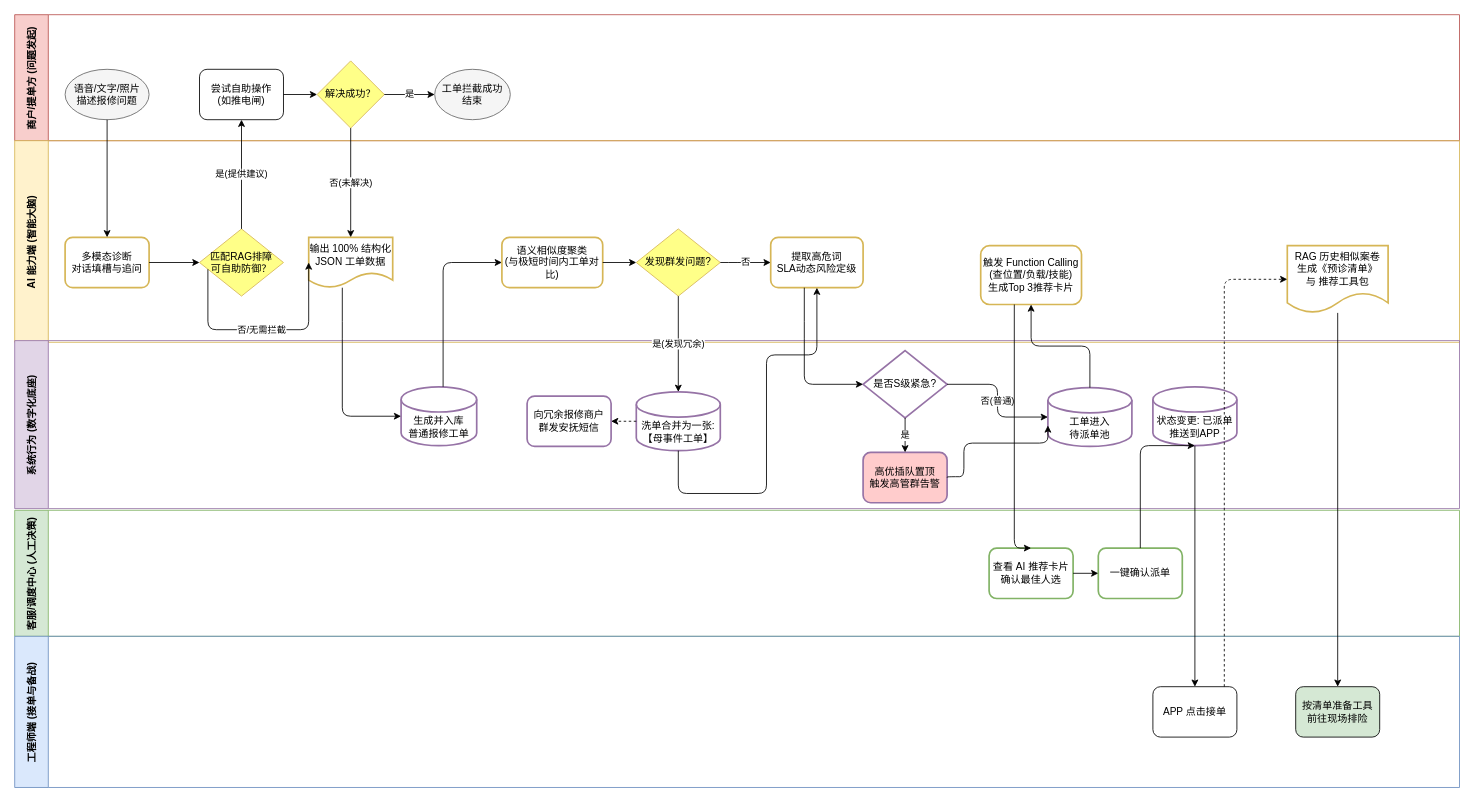
The draw.io diagram 提单-分级分类环节.drawio in raspberry5442/ticket-system-diagram-documentation, before the edit. Source tidied: cells renumbered, new cells numbered last; positions are measured from the earlier drawing's top-left corner, leaving out a move shared by most shapes. Both pictures are drawn from the tidied source at 84%, with x=0, y=0 at pixel (14, 14).
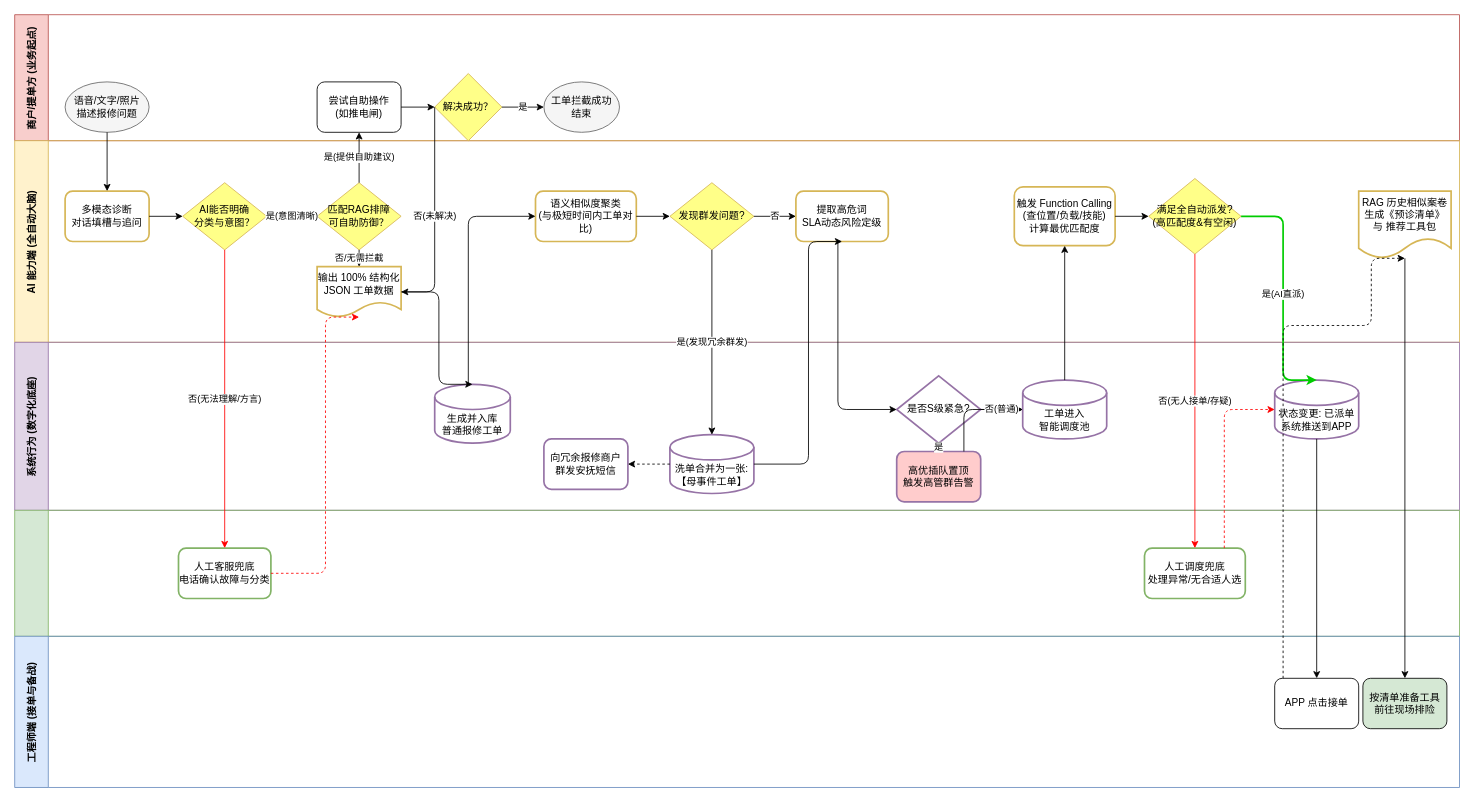
The same page after the edit.

Commit message (it also covers changes not shown here):
更新提单-分级分类环节.drawio

Unchanged cells that the change refers to:
```xml
<mxCell id="38" value="工程师端 (接单与备战)" style="swimlane;horizontal=0;startSize=40;fillColor=#dae8fc;strokeColor=#6c8ebf;fontStyle=1;" parent="1" vertex="1">
  <mxGeometry y="740" width="1720" height="180" as="geometry" />
</mxCell>
```

The edit, as a diff of the source:
```diff
@@
-    <mxCell id="2" value="商户/提单方 (问题发起)" style="swimlane;horizontal=0;startSize=40;fillColor=#f8cecc;strokeColor=#b85450;fontStyle=1;" parent="1" vertex="1">
+    <mxCell id="2" value="商户/提单方 (业务起点)" style="swimlane;horizontal=0;startSize=40;fillColor=#f8cecc;strokeColor=#b85450;fontStyle=1;" parent="1" vertex="1">
       <mxGeometry width="1720" height="150" as="geometry" />
     </mxCell>
     <mxCell id="3" value="语音/文字/照片&#10;描述报修问题" style="ellipse;whiteSpace=wrap;html=1;fillColor=#f5f5f5;strokeColor=#666666;" parent="2" vertex="1">
-      <mxGeometry x="60" y="65" width="100" height="60" as="geometry" />
+      <mxGeometry x="60" y="80" width="100" height="60" as="geometry" />
     </mxCell>
     <mxCell id="4" value="尝试自助操作&#10;(如推电闸)" style="rounded=1;whiteSpace=wrap;html=1;fillColor=#ffffff;" parent="2" vertex="1">
-      <mxGeometry x="220" y="65" width="100" height="60" as="geometry" />
+      <mxGeometry x="360" y="80" width="100" height="60" as="geometry" />
     </mxCell>
     <mxCell id="5" value="解决成功？" style="rhombus;whiteSpace=wrap;html=1;fillColor=#ffff88;strokeColor=#d6b656;" parent="2" vertex="1">
-      <mxGeometry x="360" y="55" width="80" height="80" as="geometry" />
+      <mxGeometry x="500" y="70" width="80" height="80" as="geometry" />
     </mxCell>
     <mxCell id="6" value="工单拦截成功&#10;结束" style="ellipse;whiteSpace=wrap;html=1;fillColor=#f5f5f5;strokeColor=#666666;" parent="2" vertex="1">
-      <mxGeometry x="500" y="65" width="90" height="60" as="geometry" />
+      <mxGeometry x="630" y="80" width="90" height="60" as="geometry" />
     </mxCell>
-    <mxCell id="7" style="edgeStyle=orthogonalEdgeStyle;rounded=1;html=1;entryX=0;entryY=0.5;" parent="2" edge="1" source="4" target="5">
-      <mxGeometry relative="1" as="geometry" />
-    </mxCell>
-    <mxCell id="8" value="是" style="edgeStyle=orthogonalEdgeStyle;rounded=1;html=1;entryX=0;entryY=0.5;" parent="2" edge="1" source="5" target="6">
-      <mxGeometry relative="1" as="geometry" />
-    </mxCell>
-    <mxCell id="9" value="AI 能力端 (智能大脑)" style="swimlane;horizontal=0;startSize=40;fillColor=#fff2cc;strokeColor=#d6b656;fontStyle=1;" parent="1" vertex="1">
+    <mxCell id="9" value="AI 能力端 (全自动大脑)" style="swimlane;horizontal=0;startSize=40;fillColor=#fff2cc;strokeColor=#d6b656;fontStyle=1;" parent="1" vertex="1">
       <mxGeometry y="150" width="1720" height="240" as="geometry" />
     </mxCell>
     <mxCell id="10" value="多模态诊断&#10;对话填槽与追问" style="rounded=1;whiteSpace=wrap;html=1;fillColor=#ffffff;strokeColor=#d6b656;strokeWidth=2;" parent="9" vertex="1">
-      <mxGeometry x="60" y="115" width="100" height="60" as="geometry" />
+      <mxGeometry x="60" y="60" width="100" height="60" as="geometry" />
     </mxCell>
+    <mxCell id="55" value="AI能否明确&#10;分类与意图？" style="rhombus;whiteSpace=wrap;html=1;fillColor=#ffff88;strokeColor=#d6b656;" parent="9" vertex="1">
+      <mxGeometry x="200" y="50" width="100" height="80" as="geometry" />
+    </mxCell>
     <mxCell id="11" value="匹配RAG排障&#10;可自助防御？" style="rhombus;whiteSpace=wrap;html=1;fillColor=#ffff88;strokeColor=#d6b656;" parent="9" vertex="1">
-      <mxGeometry x="220" y="105" width="100" height="80" as="geometry" />
+      <mxGeometry x="360" y="50" width="100" height="80" as="geometry" />
     </mxCell>
     <mxCell id="12" value="输出 100% 结构化&#10;JSON 工单数据" style="shape=document;whiteSpace=wrap;html=1;boundedLbl=1;fillColor=#ffffff;strokeColor=#d6b656;strokeWidth=2;" parent="9" vertex="1">
-      <mxGeometry x="350" y="115" width="100" height="60" as="geometry" />
+      <mxGeometry x="360" y="150" width="100" height="60" as="geometry" />
     </mxCell>
     <mxCell id="13" value="语义相似度聚类&#10;(与极短时间内工单对比)" style="rounded=1;whiteSpace=wrap;html=1;fillColor=#ffffff;strokeColor=#d6b656;strokeWidth=2;" parent="9" vertex="1">
-      <mxGeometry x="580" y="115" width="120" height="60" as="geometry" />
+      <mxGeometry x="620" y="60" width="120" height="60" as="geometry" />
     </mxCell>
     <mxCell id="14" value="发现群发问题?" style="rhombus;whiteSpace=wrap;html=1;fillColor=#ffff88;strokeColor=#d6b656;" parent="9" vertex="1">
-      <mxGeometry x="740" y="105" width="100" height="80" as="geometry" />
+      <mxGeometry x="780" y="50" width="100" height="80" as="geometry" />
     </mxCell>
     <mxCell id="15" value="提取高危词&#10;SLA动态风险定级" style="rounded=1;whiteSpace=wrap;html=1;fillColor=#ffffff;strokeColor=#d6b656;strokeWidth=2;" parent="9" vertex="1">
-      <mxGeometry x="900" y="115" width="110" height="60" as="geometry" />
+      <mxGeometry x="930" y="60" width="110" height="60" as="geometry" />
     </mxCell>
-    <mxCell id="16" value="触发 Function Calling&#10;(查位置/负载/技能)&#10;生成Top 3推荐卡片" style="rounded=1;whiteSpace=wrap;html=1;fillColor=#ffffff;strokeColor=#d6b656;strokeWidth=2;" parent="9" vertex="1">
-      <mxGeometry x="1150" y="125" width="120" height="70" as="geometry" />
+    <mxCell id="16" value="触发 Function Calling&#10;(查位置/负载/技能)&#10;计算最优匹配度" style="rounded=1;whiteSpace=wrap;html=1;fillColor=#ffffff;strokeColor=#d6b656;strokeWidth=2;" parent="9" vertex="1">
+      <mxGeometry x="1190" y="55" width="120" height="70" as="geometry" />
     </mxCell>
+    <mxCell id="56" value="满足全自动派发?&#10;(高匹配度&amp;有空闲)" style="rhombus;whiteSpace=wrap;html=1;fillColor=#ffff88;strokeColor=#d6b656;" parent="9" vertex="1">
+      <mxGeometry x="1350" y="45" width="110" height="90" as="geometry" />
+    </mxCell>
     <mxCell id="17" value="RAG 历史相似案卷&#10;生成《预诊清单》&#10;与 推荐工具包" style="shape=document;whiteSpace=wrap;html=1;boundedLbl=1;fillColor=#ffffff;strokeColor=#d6b656;strokeWidth=2;" parent="9" vertex="1">
-      <mxGeometry x="1515" y="125" width="120" height="80" as="geometry" />
+      <mxGeometry x="1600" y="60" width="110" height="80" as="geometry" />
     </mxCell>
-    <mxCell id="18" style="edgeStyle=orthogonalEdgeStyle;rounded=1;html=1;entryX=0;entryY=0.5;" parent="9" edge="1" source="10" target="11">
+    <mxCell id="18" style="edgeStyle=orthogonalEdgeStyle;rounded=1;html=1;entryX=0;entryY=0.5;" parent="9" edge="1" source="10" target="55">
       <mxGeometry relative="1" as="geometry" />
     </mxCell>
-    <mxCell id="19" value="否/无需拦截" style="edgeStyle=orthogonalEdgeStyle;rounded=1;html=1;entryX=0;entryY=0.5;" parent="9" edge="1" source="11" target="12">
-      <mxGeometry relative="1" as="geometry">
-        <Array as="points">
-          <mxPoint x="230" y="225" />
-        </Array>
-      </mxGeometry>
-    </mxCell>
-    <mxCell id="20" style="edgeStyle=orthogonalEdgeStyle;rounded=1;html=1;entryX=0;entryY=0.5;" parent="9" edge="1" source="13" target="14">
-      <mxGeometry relative="1" as="geometry" />
-    </mxCell>
-    <mxCell id="21" value="否" style="edgeStyle=orthogonalEdgeStyle;rounded=1;html=1;entryX=0;entryY=0.5;" parent="9" edge="1" source="14" target="15">
-      <mxGeometry relative="1" as="geometry">
-        <Array as="points">
-          <mxPoint x="860" y="145" />
-          <mxPoint x="860" y="145" />
-        </Array>
-      </mxGeometry>
-    </mxCell>
+    <mxCell id="50" style="edgeStyle=orthogonalEdgeStyle;rounded=1;html=1;entryX=0;entryY=0.5;" parent="9" edge="1" source="16" target="56">
+      <mxGeometry relative="1" as="geometry" />
+    </mxCell>
+    <mxCell id="57" value="是(意图清晰)" style="edgeStyle=orthogonalEdgeStyle;rounded=1;html=1;entryX=0;entryY=0.5;" parent="9" edge="1" source="55" target="11">
+      <mxGeometry relative="1" as="geometry" />
+    </mxCell>
     <mxCell id="22" value="系统行为 (数字化底座)" style="swimlane;horizontal=0;startSize=40;fillColor=#e1d5e7;strokeColor=#9673a6;fontStyle=1;" parent="1" vertex="1">
-      <mxGeometry y="388" width="1720" height="200" as="geometry" />
+      <mxGeometry y="390" width="1720" height="200" as="geometry" />
     </mxCell>
     <mxCell id="23" value="生成并入库&#10;普通报修工单" style="shape=cylinder3;whiteSpace=wrap;html=1;boundedLbl=1;backgroundOutline=1;size=15;fillColor=#ffffff;strokeColor=#9673a6;strokeWidth=2;" parent="22" vertex="1">
-      <mxGeometry x="460" y="55" width="90" height="70" as="geometry" />
+      <mxGeometry x="500" y="50" width="90" height="70" as="geometry" />
     </mxCell>
     <mxCell id="24" value="洗单合并为一张:&#10;【母事件工单】" style="shape=cylinder3;whiteSpace=wrap;html=1;boundedLbl=1;backgroundOutline=1;size=15;fillColor=#ffffff;strokeColor=#9673a6;strokeWidth=2;" parent="22" vertex="1">
-      <mxGeometry x="740" y="61" width="100" height="70" as="geometry" />
+      <mxGeometry x="780" y="110" width="100" height="70" as="geometry" />
     </mxCell>
     <mxCell id="25" value="向冗余报修商户&#10;群发安抚短信" style="rounded=1;whiteSpace=wrap;html=1;fillColor=#ffffff;strokeColor=#9673a6;strokeWidth=2;" parent="22" vertex="1">
-      <mxGeometry x="610" y="66" width="100" height="60" as="geometry" />
+      <mxGeometry x="630" y="115" width="100" height="60" as="geometry" />
     </mxCell>
     <mxCell id="26" value="是否S级紧急?" style="rhombus;whiteSpace=wrap;html=1;fillColor=#ffffff;strokeColor=#9673a6;strokeWidth=2;" parent="22" vertex="1">
-      <mxGeometry x="1010" y="12" width="100" height="80" as="geometry" />
+      <mxGeometry x="1050" y="40" width="100" height="80" as="geometry" />
     </mxCell>
     <mxCell id="27" value="高优插队置顶&#10;触发高管群告警" style="rounded=1;whiteSpace=wrap;html=1;fillColor=#ffcccc;strokeColor=#9673a6;strokeWidth=2;" parent="22" vertex="1">
-      <mxGeometry x="1010" y="133" width="100" height="60" as="geometry" />
+      <mxGeometry x="1050" y="130" width="100" height="60" as="geometry" />
     </mxCell>
-    <mxCell id="28" value="工单进入&#10;待派单池" style="shape=cylinder3;whiteSpace=wrap;html=1;boundedLbl=1;backgroundOutline=1;size=15;fillColor=#ffffff;strokeColor=#9673a6;strokeWidth=2;" parent="22" vertex="1">
-      <mxGeometry x="1230" y="56" width="100" height="70" as="geometry" />
+    <mxCell id="28" value="工单进入&#10;智能调度池" style="shape=cylinder3;whiteSpace=wrap;html=1;boundedLbl=1;backgroundOutline=1;size=15;fillColor=#ffffff;strokeColor=#9673a6;strokeWidth=2;" parent="22" vertex="1">
+      <mxGeometry x="1200" y="45" width="100" height="70" as="geometry" />
     </mxCell>
-    <mxCell id="29" value="状态变更: 已派单&#10;推送到APP" style="shape=cylinder3;whiteSpace=wrap;html=1;boundedLbl=1;backgroundOutline=1;size=15;fillColor=#ffffff;strokeColor=#9673a6;strokeWidth=2;" parent="22" vertex="1">
-      <mxGeometry x="1355" y="55" width="100" height="70" as="geometry" />
+    <mxCell id="29" value="状态变更: 已派单&#10;系统推送到APP" style="shape=cylinder3;whiteSpace=wrap;html=1;boundedLbl=1;backgroundOutline=1;size=15;fillColor=#ffffff;strokeColor=#9673a6;strokeWidth=2;" parent="22" vertex="1">
+      <mxGeometry x="1500" y="45" width="100" height="70" as="geometry" />
     </mxCell>
-    <mxCell id="30" style="edgeStyle=orthogonalEdgeStyle;rounded=1;html=1;entryX=1;entryY=0.5;dashed=1;" parent="22" edge="1" source="24" target="25">
-      <mxGeometry relative="1" as="geometry" />
-    </mxCell>
-    <mxCell id="31" value="是" style="edgeStyle=orthogonalEdgeStyle;rounded=1;html=1;entryX=0.5;entryY=0;" parent="22" edge="1" source="26" target="27">
-      <mxGeometry relative="1" as="geometry" />
-    </mxCell>
-    <mxCell id="32" style="edgeStyle=orthogonalEdgeStyle;rounded=1;html=1;entryX=0;entryY=0;exitX=1;exitY=0.5;exitDx=0;exitDy=0;entryDx=0;entryDy=45;entryPerimeter=0;" parent="22" edge="1" source="27" target="28">
-      <mxGeometry relative="1" as="geometry">
-        <Array as="points">
-          <mxPoint x="1110" y="162" />
-          <mxPoint x="1130" y="162" />
-          <mxPoint x="1130" y="122" />
-          <mxPoint x="1230" y="122" />
-        </Array>
-      </mxGeometry>
-    </mxCell>
-    <mxCell id="33" value="否(普通)" style="edgeStyle=orthogonalEdgeStyle;rounded=1;html=1;entryX=0;entryY=0.5;" parent="22" edge="1" source="26" target="28">
-      <mxGeometry relative="1" as="geometry" />
-    </mxCell>
-    <mxCell id="34" value="客服/调度中心 (人工决策)" style="swimlane;horizontal=0;startSize=40;fillColor=#d5e8d4;strokeColor=#82b366;fontStyle=1;" parent="1" vertex="1">
+    <mxCell id="34" value="  " style="swimlane;horizontal=0;startSize=40;fillColor=#d5e8d4;strokeColor=#82b366;fontStyle=1;" parent="1" vertex="1">
       <mxGeometry y="590" width="1720" height="150" as="geometry" />
     </mxCell>
-    <mxCell id="35" value="查看 AI 推荐卡片&#10;确认最佳人选" style="rounded=1;whiteSpace=wrap;html=1;fillColor=#ffffff;strokeColor=#82b366;strokeWidth=2;" parent="34" vertex="1">
-      <mxGeometry x="1160" y="45" width="100" height="60" as="geometry" />
-    </mxCell>
+    <mxCell id="58" value="人工客服兜底&#10;电话确认故障与分类" style="rounded=1;whiteSpace=wrap;html=1;fillColor=#ffffff;strokeColor=#82b366;strokeWidth=2;" parent="34" vertex="1">
+      <mxGeometry x="195" y="45" width="110" height="60" as="geometry" />
+    </mxCell>
-    <mxCell id="36" value="一键确认派单" style="rounded=1;whiteSpace=wrap;html=1;fillColor=#ffffff;strokeColor=#82b366;strokeWidth=2;" parent="34" vertex="1">
-      <mxGeometry x="1290" y="45" width="100" height="60" as="geometry" />
+    <mxCell id="36" value="人工调度兜底&#10;处理异常/无合适人选" style="rounded=1;whiteSpace=wrap;html=1;fillColor=#ffffff;strokeColor=#82b366;strokeWidth=2;" parent="34" vertex="1">
+      <mxGeometry x="1345" y="45" width="120" height="60" as="geometry" />
     </mxCell>
-    <mxCell id="37" style="edgeStyle=orthogonalEdgeStyle;rounded=1;html=1;entryX=0;entryY=0.5;" parent="34" edge="1" source="35" target="36">
-      <mxGeometry relative="1" as="geometry" />
-    </mxCell>
@@
     <mxCell id="39" value="APP 点击接单" style="rounded=1;whiteSpace=wrap;html=1;fillColor=#ffffff;" parent="38" vertex="1">
-      <mxGeometry x="1355" y="60" width="100" height="60" as="geometry" />
+      <mxGeometry x="1500" y="50" width="100" height="60" as="geometry" />
     </mxCell>
     <mxCell id="40" value="按清单准备工具&#10;前往现场排险" style="rounded=1;whiteSpace=wrap;html=1;fillColor=#d5e8d4;" parent="38" vertex="1">
-      <mxGeometry x="1525" y="60" width="100" height="60" as="geometry" />
+      <mxGeometry x="1605" y="50" width="100" height="60" as="geometry" />
     </mxCell>
@@
+    <mxCell id="59" value="否(无法理解/方言)" style="edgeStyle=orthogonalEdgeStyle;rounded=1;html=1;entryX=0.5;entryY=0;strokeColor=#ff0000;" parent="1" edge="1" source="55" target="58">
+      <mxGeometry relative="1" as="geometry" />
+    </mxCell>
+    <mxCell id="60" style="edgeStyle=orthogonalEdgeStyle;rounded=1;html=1;entryX=0.5;entryY=1;strokeColor=#ff0000;dashed=1;" parent="1" edge="1" source="58" target="12">
+      <mxGeometry relative="1" as="geometry">
+        <Array as="points">
+          <mxPoint x="370" y="665" />
+        </Array>
+      </mxGeometry>
+    </mxCell>
-    <mxCell id="42" value="是(提供建议)" style="edgeStyle=orthogonalEdgeStyle;rounded=1;html=1;entryX=0.5;entryY=1;" parent="1" edge="1" source="11" target="4">
+    <mxCell id="42" value="是(提供自助建议)" style="edgeStyle=orthogonalEdgeStyle;rounded=1;html=1;entryX=0.5;entryY=1;" parent="1" edge="1" source="11" target="4">
       <mxGeometry relative="1" as="geometry" />
     </mxCell>
+    <mxCell id="7" style="edgeStyle=orthogonalEdgeStyle;rounded=1;html=1;entryX=0;entryY=0.5;" parent="1" edge="1" source="4" target="5">
+      <mxGeometry relative="1" as="geometry" />
+    </mxCell>
+    <mxCell id="8" value="是" style="edgeStyle=orthogonalEdgeStyle;rounded=1;html=1;entryX=0;entryY=0.5;" parent="1" edge="1" source="5" target="6">
+      <mxGeometry relative="1" as="geometry" />
+    </mxCell>
+    <mxCell id="19" value="否/无需拦截" style="edgeStyle=orthogonalEdgeStyle;rounded=1;html=1;entryX=0.5;entryY=0;" parent="1" edge="1" source="11" target="12">
+      <mxGeometry relative="1" as="geometry" />
+    </mxCell>
-    <mxCell id="43" value="否(未解决)" style="edgeStyle=orthogonalEdgeStyle;rounded=1;html=1;entryX=0.5;entryY=0;" parent="1" edge="1" source="5" target="12">
-      <mxGeometry relative="1" as="geometry" />
+    <mxCell id="43" value="否(未解决)" style="edgeStyle=orthogonalEdgeStyle;rounded=1;html=1;entryX=1;entryY=0.5;" parent="1" edge="1" source="5" target="12">
+      <mxGeometry relative="1" as="geometry">
+        <Array as="points">
+          <mxPoint x="500" y="330" />
+        </Array>
+      </mxGeometry>
     </mxCell>
-    <mxCell id="44" style="edgeStyle=orthogonalEdgeStyle;rounded=1;html=1;entryX=0;entryY=0.5;" parent="1" edge="1" source="12" target="23">
+    <mxCell id="44" style="edgeStyle=orthogonalEdgeStyle;rounded=1;html=1;entryX=0.5;entryY=0;" parent="1" edge="1" source="12" target="23">
       <mxGeometry relative="1" as="geometry">
         <Array as="points">
-          <mxPoint x="390" y="375" />
-          <mxPoint x="390" y="480" />
+          <mxPoint x="505" y="330" />
         </Array>
       </mxGeometry>
     </mxCell>
     <mxCell id="45" style="edgeStyle=orthogonalEdgeStyle;rounded=1;html=1;entryX=0;entryY=0.5;" parent="1" edge="1" source="23" target="13">
       <mxGeometry relative="1" as="geometry">
         <Array as="points">
-          <mxPoint x="510" y="480" />
-          <mxPoint x="510" y="295" />
+          <mxPoint x="540" y="475" />
+          <mxPoint x="540" y="240" />
         </Array>
       </mxGeometry>
     </mxCell>
+    <mxCell id="20" style="edgeStyle=orthogonalEdgeStyle;rounded=1;html=1;entryX=0;entryY=0.5;" parent="1" edge="1" source="13" target="14">
+      <mxGeometry relative="1" as="geometry" />
+    </mxCell>
-    <mxCell id="46" value="是(发现冗余)" style="edgeStyle=orthogonalEdgeStyle;rounded=1;html=1;entryX=0.5;entryY=0;" parent="1" edge="1" source="14" target="24">
+    <mxCell id="46" value="是(发现冗余群发)" style="edgeStyle=orthogonalEdgeStyle;rounded=1;html=1;entryX=0.5;entryY=0;" parent="1" edge="1" source="14" target="24">
       <mxGeometry relative="1" as="geometry" />
     </mxCell>
+    <mxCell id="30" style="edgeStyle=orthogonalEdgeStyle;rounded=1;html=1;entryX=1;entryY=0.5;dashed=1;" parent="1" edge="1" source="24" target="25">
+      <mxGeometry relative="1" as="geometry" />
+    </mxCell>
+    <mxCell id="21" value="否" style="edgeStyle=orthogonalEdgeStyle;rounded=1;html=1;entryX=0;entryY=0.5;" parent="1" edge="1" source="14" target="15">
+      <mxGeometry relative="1" as="geometry">
+        <Array as="points">
+          <mxPoint x="860" y="240" />
+        </Array>
+      </mxGeometry>
+    </mxCell>
     <mxCell id="47" style="edgeStyle=orthogonalEdgeStyle;rounded=1;html=1;entryX=0.5;entryY=1;" parent="1" edge="1" source="24" target="15">
       <mxGeometry relative="1" as="geometry">
         <Array as="points">
-          <mxPoint x="790" y="570" />
-          <mxPoint x="895" y="570" />
-          <mxPoint x="895" y="405" />
+          <mxPoint x="945" y="535" />
         </Array>
       </mxGeometry>
     </mxCell>
     <mxCell id="48" style="edgeStyle=orthogonalEdgeStyle;rounded=1;html=1;entryX=0;entryY=0.5;" parent="1" edge="1" source="15" target="26">
       <mxGeometry relative="1" as="geometry">
         <Array as="points">
-          <mxPoint x="940" y="375" />
-          <mxPoint x="940" y="480" />
+          <mxPoint x="980" y="240" />
+          <mxPoint x="980" y="470" />
         </Array>
       </mxGeometry>
     </mxCell>
+    <mxCell id="31" value="是" style="edgeStyle=orthogonalEdgeStyle;rounded=1;html=1;entryX=0.5;entryY=0;" parent="1" edge="1" source="26" target="27">
+      <mxGeometry relative="1" as="geometry" />
+    </mxCell>
+    <mxCell id="32" style="edgeStyle=orthogonalEdgeStyle;rounded=1;html=1;entryX=0;entryY=0.5;" parent="1" edge="1" source="27" target="28">
+      <mxGeometry relative="1" as="geometry">
+        <Array as="points">
+          <mxPoint x="1130" y="540" />
+          <mxPoint x="1130" y="470" />
+        </Array>
+      </mxGeometry>
+    </mxCell>
+    <mxCell id="33" value="否(普通)" style="edgeStyle=orthogonalEdgeStyle;rounded=1;html=1;entryX=0;entryY=0.5;" parent="1" edge="1" source="26" target="28">
+      <mxGeometry relative="1" as="geometry" />
+    </mxCell>
@@
-    <mxCell id="50" style="edgeStyle=orthogonalEdgeStyle;rounded=1;html=1;entryX=0.5;entryY=0;" parent="1" edge="1" source="16" target="35">
-      <mxGeometry relative="1" as="geometry">
-        <Array as="points">
-          <mxPoint x="1190" y="635" />
-        </Array>
-      </mxGeometry>
-    </mxCell>
+    <mxCell id="61" value="是(AI直派)" style="edgeStyle=orthogonalEdgeStyle;rounded=1;html=1;entryX=0.5;entryY=0;strokeColor=#00cc00;strokeWidth=2;" parent="1" edge="1" source="56" target="29">
+      <mxGeometry relative="1" as="geometry">
+        <Array as="points">
+          <mxPoint x="1510" y="240" />
+        </Array>
+      </mxGeometry>
+    </mxCell>
+    <mxCell id="62" value="否(无人接单/存疑)" style="edgeStyle=orthogonalEdgeStyle;rounded=1;html=1;entryX=0.5;entryY=0;strokeColor=#ff0000;" parent="1" edge="1" source="56" target="36">
+      <mxGeometry relative="1" as="geometry" />
+    </mxCell>
-    <mxCell id="51" style="edgeStyle=orthogonalEdgeStyle;rounded=1;html=1;entryX=0.5;entryY=1;" parent="1" edge="1" source="36" target="29">
+    <mxCell id="51" style="edgeStyle=orthogonalEdgeStyle;rounded=1;html=1;entryX=0;entryY=0.5;strokeColor=#ff0000;dashed=1;" parent="1" edge="1" source="36" target="29">
       <mxGeometry relative="1" as="geometry">
         <Array as="points">
-          <mxPoint x="1340" y="513" />
+          <mxPoint x="1440" y="665" />
+          <mxPoint x="1440" y="470" />
         </Array>
       </mxGeometry>
     </mxCell>
@@
-    <mxCell id="53" style="edgeStyle=orthogonalEdgeStyle;rounded=1;html=1;entryX=0;entryY=0.5;dashed=1;" parent="1" edge="1" source="39" target="17">
+    <mxCell id="53" style="edgeStyle=orthogonalEdgeStyle;rounded=1;html=1;entryX=0.5;entryY=1;dashed=1;" parent="1" edge="1" source="39" target="17">
       <mxGeometry relative="1" as="geometry">
         <Array as="points">
-          <mxPoint x="1440" y="830" />
-          <mxPoint x="1440" y="315" />
+          <mxPoint x="1510" y="370" />
+          <mxPoint x="1615" y="370" />
         </Array>
       </mxGeometry>
     </mxCell>
```
